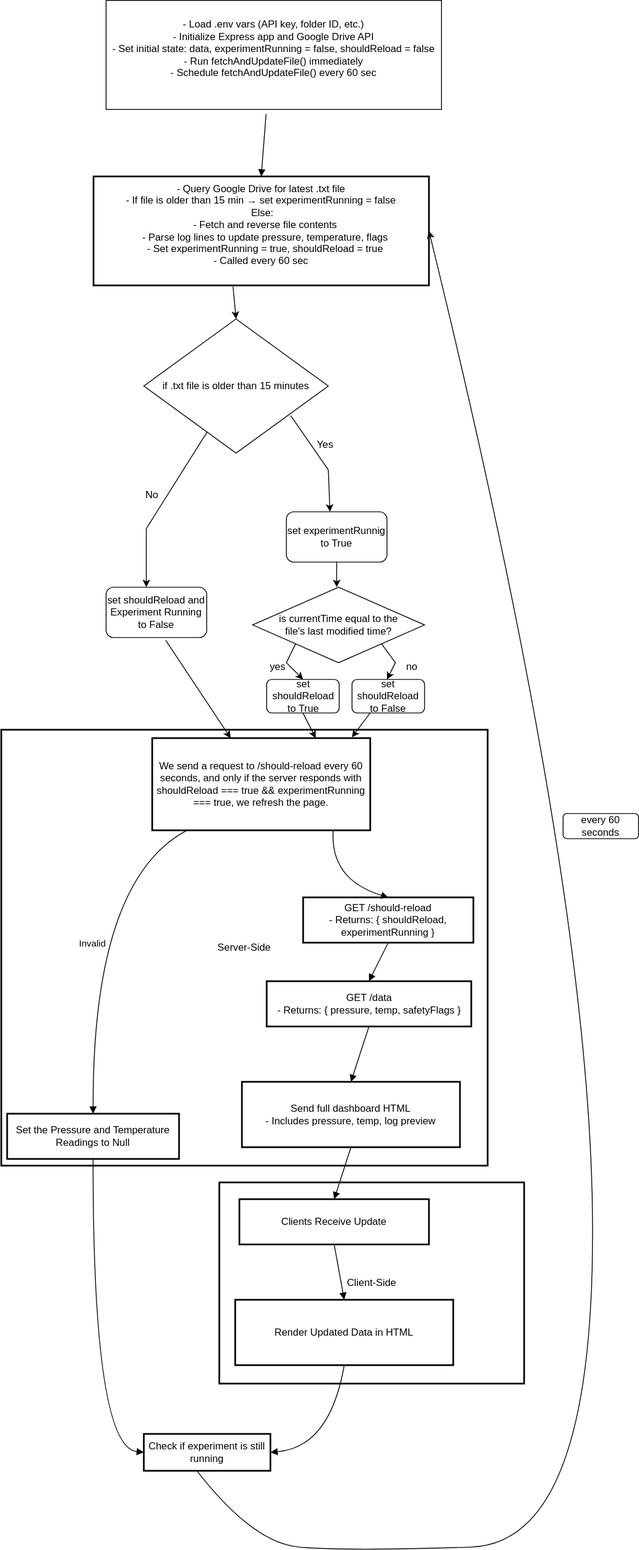
The draw.io diagram webmonitorFlowchart.drawio.svg in uw-loci/EBEAM_webmonitor, before a commit. Source tidied: cells renumbered, new cells last; positions are measured from the earlier drawing's top-left corner, leaving out a move shared by most shapes.
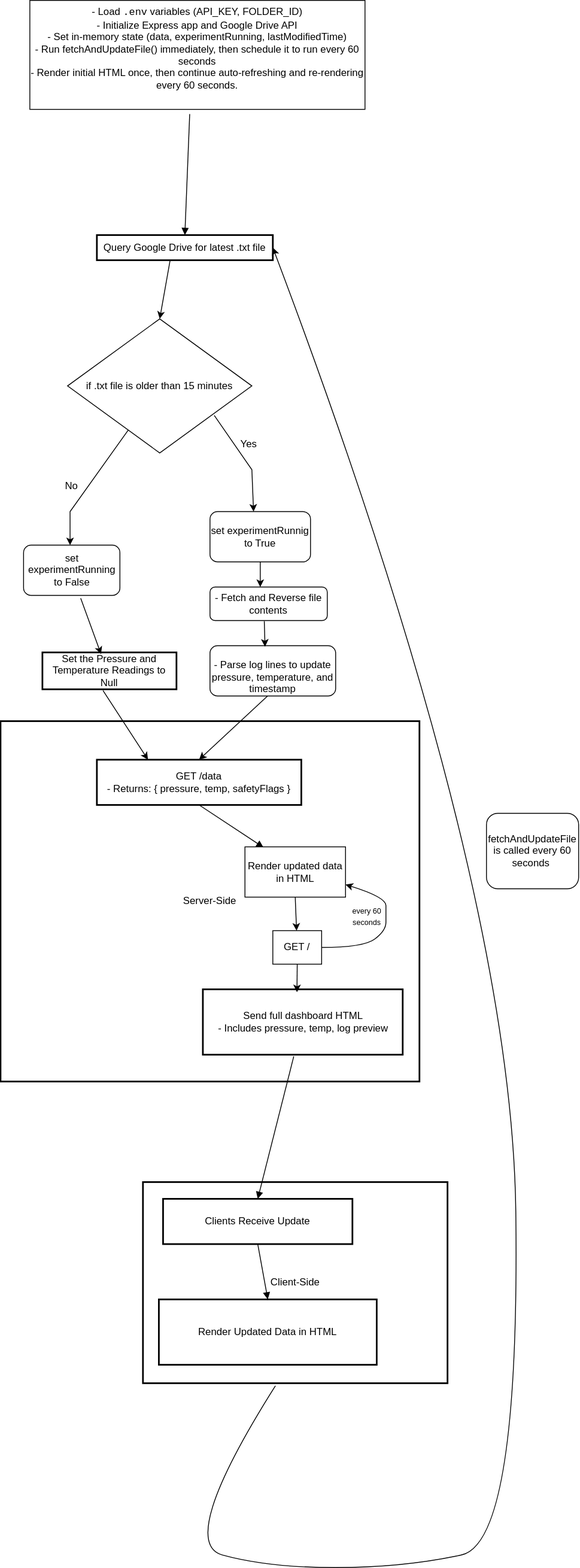
The same diagram one commit later.

Change to the diagram source:
```diff
@@ -3,28 +3,22 @@
     <mxCell id="0" />
     <mxCell id="1" parent="0" />
     <mxCell id="2" value="Server-Side" style="whiteSpace=wrap;strokeWidth=2;" parent="1" vertex="1">
-      <mxGeometry y="870" width="580" height="520" as="geometry" />
+      <mxGeometry x="90" y="860" width="500" height="430" as="geometry" />
     </mxCell>
     <mxCell id="3" value="Client-Side" style="whiteSpace=wrap;strokeWidth=2;" parent="1" vertex="1">
       <mxGeometry x="260" y="1410" width="363.5" height="240" as="geometry" />
     </mxCell>
-    <mxCell id="4" value="- Query Google Drive for latest .txt file&#10;- If file is older than 15 min → set experimentRunning = false&#10; Else:&#10;   - Fetch and reverse file contents&#10;   - Parse log lines to update pressure, temperature, flags&#10;   - Set experimentRunning = true, shouldReload = true&#10;- Called every 60 sec&#10;" style="whiteSpace=wrap;strokeWidth=2;" parent="1" vertex="1">
-      <mxGeometry x="110" y="210" width="400" height="130" as="geometry" />
+    <mxCell id="4" value="Query Google Drive for latest .txt file" style="whiteSpace=wrap;strokeWidth=2;" parent="1" vertex="1">
+      <mxGeometry x="205" y="280" width="210" height="30" as="geometry" />
     </mxCell>
-    <mxCell id="5" value="We send a request to /should-reload every 60 seconds, and only if the server responds with shouldReload === true &amp;&amp; experimentRunning === true, we refresh the page." style="whiteSpace=wrap;strokeWidth=2;" parent="1" vertex="1">
-      <mxGeometry x="180" y="880" width="260" height="110" as="geometry" />
-    </mxCell>
-    <mxCell id="6" value="&#10;GET /should-reload&#10;- Returns: { shouldReload, experimentRunning }&#10;" style="whiteSpace=wrap;strokeWidth=2;" parent="1" vertex="1">
-      <mxGeometry x="360" y="1070" width="203" height="54" as="geometry" />
-    </mxCell>
     <mxCell id="7" value="Set the Pressure and Temperature Readings to Null" style="whiteSpace=wrap;strokeWidth=2;" parent="1" vertex="1">
-      <mxGeometry x="7" y="1328" width="205" height="54" as="geometry" />
+      <mxGeometry x="140" y="778" width="160" height="44" as="geometry" />
     </mxCell>
     <mxCell id="8" value="&#10;GET /data&#10;- Returns: { pressure, temp, safetyFlags }&#10;" style="whiteSpace=wrap;strokeWidth=2;" parent="1" vertex="1">
-      <mxGeometry x="316.5" y="1170" width="244" height="54" as="geometry" />
+      <mxGeometry x="205" y="906" width="244" height="54" as="geometry" />
     </mxCell>
     <mxCell id="9" value="Send full dashboard HTML&#10;- Includes pressure, temp, log preview" style="whiteSpace=wrap;strokeWidth=2;" parent="1" vertex="1">
-      <mxGeometry x="287" y="1290" width="260" height="78" as="geometry" />
+      <mxGeometry x="331.5" y="1180" width="238.5" height="78" as="geometry" />
     </mxCell>
     <mxCell id="10" value="Clients Receive Update" style="whiteSpace=wrap;strokeWidth=2;" parent="1" vertex="1">
       <mxGeometry x="284" y="1430" width="226" height="54" as="geometry" />
@@ -32,53 +26,21 @@
     <mxCell id="11" value="Render Updated Data in HTML" style="whiteSpace=wrap;strokeWidth=2;" parent="1" vertex="1">
       <mxGeometry x="279" y="1550" width="260" height="78" as="geometry" />
     </mxCell>
-    <mxCell id="12" value="Check if experiment is still running" style="whiteSpace=wrap;strokeWidth=2;" parent="1" vertex="1">
-      <mxGeometry x="170" y="1710" width="151" height="44" as="geometry" />
-    </mxCell>
     <mxCell id="13" style="curved=1;startArrow=none;endArrow=block;exitX=0.477;exitY=1.043;entryX=0.5;entryY=0;exitDx=0;exitDy=0;exitPerimeter=0;" parent="1" edge="1" source="22" target="4">
       <mxGeometry relative="1" as="geometry" />
     </mxCell>
-    <mxCell id="14" style="curved=1;startArrow=none;endArrow=block;exitX=0.83;exitY=1;entryX=0.5;entryY=-0.01;" parent="1" edge="1" source="5" target="6">
-      <mxGeometry relative="1" as="geometry">
-        <Array as="points">
-          <mxPoint x="392" y="1049" />
-        </Array>
-      </mxGeometry>
-    </mxCell>
-    <mxCell id="15" value="Invalid" style="curved=1;startArrow=none;endArrow=block;exitX=0.16;exitY=1;entryX=0.5;entryY=0;" parent="1" edge="1" source="5" target="7">
-      <mxGeometry relative="1" as="geometry">
-        <Array as="points">
-          <mxPoint x="109" y="1049" />
-        </Array>
-      </mxGeometry>
-    </mxCell>
-    <mxCell id="16" style="curved=1;startArrow=none;endArrow=block;exitX=0.5;exitY=0.99;entryX=0.5;entryY=0;" parent="1" edge="1" source="6" target="8">
-      <mxGeometry relative="1" as="geometry" />
-    </mxCell>
-    <mxCell id="17" style="curved=1;startArrow=none;endArrow=block;exitX=0.5;exitY=1;entryX=0.5;entryY=0;" parent="1" edge="1" source="8" target="9">
+    <mxCell id="17" style="curved=1;startArrow=none;endArrow=block;exitX=0.5;exitY=1;entryX=0.184;entryY=0.011;entryDx=0;entryDy=0;entryPerimeter=0;" parent="1" edge="1" source="8" target="49">
       <mxGeometry relative="1" as="geometry" />
     </mxCell>
-    <mxCell id="18" style="curved=1;startArrow=none;endArrow=block;exitX=0.5;exitY=1;entryX=0.5;entryY=0;" parent="1" edge="1" source="9" target="10">
-      <mxGeometry relative="1" as="geometry" />
+    <mxCell id="18" style="curved=1;startArrow=none;endArrow=block;entryX=0.5;entryY=0;" parent="1" edge="1" target="10">
+      <mxGeometry relative="1" as="geometry">
+        <mxPoint x="440" y="1260" as="sourcePoint" />
+      </mxGeometry>
     </mxCell>
     <mxCell id="19" style="curved=1;startArrow=none;endArrow=block;exitX=0.5;exitY=1;entryX=0.5;entryY=0;" parent="1" edge="1" source="10" target="11">
       <mxGeometry relative="1" as="geometry" />
     </mxCell>
-    <mxCell id="20" style="curved=1;startArrow=none;endArrow=block;exitX=0.5;exitY=1;entryX=0;entryY=0.5;entryDx=0;entryDy=0;" parent="1" edge="1" source="7" target="12">
-      <mxGeometry relative="1" as="geometry">
-        <Array as="points">
-          <mxPoint x="109" y="1726" />
-        </Array>
-      </mxGeometry>
-    </mxCell>
-    <mxCell id="21" style="curved=1;startArrow=none;endArrow=block;exitX=0.5;exitY=1;entryX=1;entryY=0.5;entryDx=0;entryDy=0;" parent="1" edge="1" source="11" target="12">
-      <mxGeometry relative="1" as="geometry">
-        <Array as="points">
-          <mxPoint x="392" y="1726" />
-        </Array>
-      </mxGeometry>
-    </mxCell>
-    <mxCell id="22" value="&lt;div&gt;- Load .env vars (API key, folder ID, etc.)&lt;/div&gt;&lt;div&gt;- Initialize Express app and Google Drive API&lt;/div&gt;&lt;div&gt;- Set initial state: data, experimentRunning = false, shouldReload = false&lt;/div&gt;&lt;div&gt;- Run fetchAndUpdateFile() immediately&lt;/div&gt;&lt;div&gt;- Schedule fetchAndUpdateFile() every 60 sec&lt;/div&gt;&lt;div&gt;&lt;br&gt;&lt;/div&gt;" style="rounded=0;whiteSpace=wrap;html=1;" parent="1" vertex="1">
+    <mxCell id="22" value="&lt;div&gt;-&amp;nbsp;&lt;span style=&quot;background-color: transparent; color: light-dark(rgb(0, 0, 0), rgb(255, 255, 255));&quot;&gt;Load &lt;/span&gt;&lt;code style=&quot;background-color: transparent; color: light-dark(rgb(0, 0, 0), rgb(255, 255, 255));&quot;&gt;.env&lt;/code&gt;&lt;span style=&quot;background-color: transparent; color: light-dark(rgb(0, 0, 0), rgb(255, 255, 255));&quot;&gt; variables (API_KEY, FOLDER_ID)&lt;/span&gt;&lt;/div&gt;&lt;div&gt;- Initialize Express app and Google Drive API&lt;/div&gt;&lt;div&gt;- Set in-memory state (data, experimentRunning, lastModifiedTime)&lt;/div&gt;&lt;div&gt;- Run fetchAndUpdateFile() immediately, then schedule it to run every 60 seconds&lt;/div&gt;&lt;div&gt;-&amp;nbsp;&lt;span style=&quot;background-color: transparent; color: light-dark(rgb(0, 0, 0), rgb(255, 255, 255));&quot;&gt;Render initial HTML once&lt;/span&gt;&lt;span style=&quot;background-color: transparent; color: light-dark(rgb(0, 0, 0), rgb(255, 255, 255));&quot;&gt;, then continue &lt;/span&gt;&lt;span style=&quot;background-color: transparent; color: light-dark(rgb(0, 0, 0), rgb(255, 255, 255));&quot;&gt;auto-refreshing and re-rendering&lt;/span&gt;&lt;span style=&quot;background-color: transparent; color: light-dark(rgb(0, 0, 0), rgb(255, 255, 255));&quot;&gt; every 60 seconds.&lt;/span&gt;&lt;/div&gt;&lt;div&gt;&lt;br&gt;&lt;/div&gt;" style="rounded=0;whiteSpace=wrap;html=1;" parent="1" vertex="1">
       <mxGeometry x="125" width="400" height="130" as="geometry" />
     </mxCell>
     <mxCell id="23" value="if .txt file is older than 15 minutes" style="rhombus;whiteSpace=wrap;html=1;" parent="1" vertex="1">
@@ -86,9 +48,9 @@
     </mxCell>
     <mxCell id="24" style="endArrow=classic;html=1;rounded=0;" parent="1" edge="1" source="23">
       <mxGeometry relative="1" as="geometry">
-        <mxPoint x="173" y="700" as="targetPoint" />
+        <mxPoint x="173" y="650" as="targetPoint" />
         <Array as="points">
-          <mxPoint x="173" y="630" />
+          <mxPoint x="173" y="610" />
         </Array>
       </mxGeometry>
     </mxCell>
@@ -100,76 +62,85 @@
         </Array>
       </mxGeometry>
     </mxCell>
-    <mxCell id="26" value="set shouldReload and Experiment Running to False" style="rounded=1;whiteSpace=wrap;html=1;" parent="1" vertex="1">
-      <mxGeometry x="125" y="700" width="120" height="60" as="geometry" />
+    <mxCell id="26" value="set experimentRunning to False" style="rounded=1;whiteSpace=wrap;html=1;" parent="1" vertex="1">
+      <mxGeometry x="117.5" y="650" width="115" height="60" as="geometry" />
     </mxCell>
     <mxCell id="27" value="set experimentRunnig to True" style="rounded=1;whiteSpace=wrap;html=1;" parent="1" vertex="1">
       <mxGeometry x="340" y="610" width="120" height="60" as="geometry" />
     </mxCell>
-    <mxCell id="28" style="endArrow=classic;html=1;rounded=0;exitX=0.593;exitY=1.056;exitDx=0;exitDy=0;exitPerimeter=0;" parent="1" edge="1" source="26" target="5">
-      <mxGeometry relative="1" as="geometry" />
+    <mxCell id="28" style="endArrow=classic;html=1;rounded=0;exitX=0.593;exitY=1.056;exitDx=0;exitDy=0;exitPerimeter=0;" parent="1" edge="1" source="26">
+      <mxGeometry relative="1" as="geometry">
+        <mxPoint x="210" y="780" as="targetPoint" />
+      </mxGeometry>
     </mxCell>
     <mxCell id="29" value="Yes" style="text;html=1;align=center;verticalAlign=middle;whiteSpace=wrap;rounded=0;" parent="1" vertex="1">
       <mxGeometry x="331.5" y="500" width="108.5" height="60" as="geometry" />
     </mxCell>
     <mxCell id="30" value="No" style="text;html=1;align=center;verticalAlign=middle;whiteSpace=wrap;rounded=0;" parent="1" vertex="1">
-      <mxGeometry x="110" y="560" width="140" height="60" as="geometry" />
+      <mxGeometry x="105" y="550" width="140" height="60" as="geometry" />
     </mxCell>
     <mxCell id="31" style="endArrow=classic;html=1;rounded=0;entryX=0.5;entryY=0;entryDx=0;entryDy=0;exitX=0.416;exitY=1.012;exitDx=0;exitDy=0;exitPerimeter=0;" parent="1" edge="1" source="4" target="23">
       <mxGeometry relative="1" as="geometry" />
     </mxCell>
-    <mxCell id="32" value="is currentTime equal to the&lt;div&gt;file's last modified time?&lt;/div&gt;" style="rhombus;whiteSpace=wrap;html=1;" parent="1" vertex="1">
-      <mxGeometry x="299.8" y="700" width="205" height="90" as="geometry" />
-    </mxCell>
-    <mxCell id="33" style="endArrow=classic;html=1;rounded=0;exitX=0;exitY=1;exitDx=0;exitDy=0;entryX=1;entryY=1;entryDx=0;entryDy=0;" parent="1" edge="1" source="32" target="36">
-      <mxGeometry relative="1" as="geometry">
-        <Array as="points">
-          <mxPoint x="340" y="790" />
-        </Array>
-      </mxGeometry>
-    </mxCell>
-    <mxCell id="34" style="endArrow=classic;html=1;rounded=0;exitX=1;exitY=1;exitDx=0;exitDy=0;entryX=0;entryY=1;entryDx=0;entryDy=0;" parent="1" edge="1" source="32" target="37">
-      <mxGeometry relative="1" as="geometry">
-        <Array as="points">
-          <mxPoint x="470" y="790" />
-        </Array>
-      </mxGeometry>
-    </mxCell>
     <mxCell id="35" style="endArrow=classic;html=1;rounded=0;exitX=0.5;exitY=1;exitDx=0;exitDy=0;" parent="1" edge="1" source="27">
       <mxGeometry relative="1" as="geometry">
         <mxPoint x="400" y="700" as="targetPoint" />
       </mxGeometry>
     </mxCell>
-    <mxCell id="36" value="yes" style="text;html=1;align=center;verticalAlign=middle;whiteSpace=wrap;rounded=0;" parent="1" vertex="1">
-      <mxGeometry x="300" y="780" width="60" height="30" as="geometry" />
-    </mxCell>
-    <mxCell id="37" value="no" style="text;html=1;align=center;verticalAlign=middle;whiteSpace=wrap;rounded=0;" parent="1" vertex="1">
-      <mxGeometry x="460" y="780" width="60" height="30" as="geometry" />
-    </mxCell>
-    <mxCell id="38" value="set shouldReload to True" style="rounded=1;whiteSpace=wrap;html=1;" parent="1" vertex="1">
-      <mxGeometry x="316.5" y="810" width="86.5" height="40" as="geometry" />
-    </mxCell>
-    <mxCell id="39" value="set shouldReload to False" style="rounded=1;whiteSpace=wrap;html=1;" parent="1" vertex="1">
-      <mxGeometry x="418.2" y="810" width="86.5" height="40" as="geometry" />
-    </mxCell>
-    <mxCell id="40" style="endArrow=classic;html=1;rounded=0;exitX=0.5;exitY=1;exitDx=0;exitDy=0;entryX=0.75;entryY=0;entryDx=0;entryDy=0;" parent="1" edge="1" source="38" target="5">
-      <mxGeometry relative="1" as="geometry" />
-    </mxCell>
-    <mxCell id="41" style="endArrow=classic;html=1;rounded=0;entryX=0.916;entryY=-0.009;entryDx=0;entryDy=0;entryPerimeter=0;exitX=0.25;exitY=1;exitDx=0;exitDy=0;" parent="1" edge="1" source="39" target="5">
-      <mxGeometry relative="1" as="geometry" />
-    </mxCell>
-    <mxCell id="42" style="curved=1;endArrow=classic;html=1;rounded=0;exitX=0.419;exitY=0.999;exitDx=0;exitDy=0;exitPerimeter=0;entryX=1;entryY=0.5;entryDx=0;entryDy=0;" parent="1" edge="1" source="12" target="4">
+    <mxCell id="42" style="curved=1;endArrow=classic;html=1;rounded=0;exitX=0.435;exitY=1.013;exitDx=0;exitDy=0;exitPerimeter=0;entryX=1;entryY=0.5;entryDx=0;entryDy=0;" parent="1" edge="1" source="3" target="4">
       <mxGeometry relative="1" as="geometry">
         <Array as="points">
           <mxPoint x="300" y="1840" />
-          <mxPoint x="410" y="1850" />
+          <mxPoint x="410" y="1870" />
+          <mxPoint x="570" y="1870" />
           <mxPoint x="710" y="1840" />
           <mxPoint x="700" y="1050" />
         </Array>
       </mxGeometry>
     </mxCell>
-    <mxCell id="43" value="every 60 seconds" style="rounded=1;whiteSpace=wrap;html=1;" parent="1" vertex="1">
-      <mxGeometry x="670" y="970" width="90" height="30" as="geometry" />
+    <mxCell id="43" value="fetchAndUpdateFile is called every 60 seconds&amp;nbsp;" style="rounded=1;whiteSpace=wrap;html=1;" parent="1" vertex="1">
+      <mxGeometry x="670" y="970" width="110" height="90" as="geometry" />
     </mxCell>
+    <mxCell id="44" value="- Fetch and Reverse file contents" style="rounded=1;whiteSpace=wrap;html=1;" parent="1" vertex="1">
+      <mxGeometry x="340" y="700" width="140" height="40" as="geometry" />
+    </mxCell>
+    <mxCell id="45" style="endArrow=classic;html=1;rounded=0;exitX=0.457;exitY=1.003;exitDx=0;exitDy=0;exitPerimeter=0;entryX=0.5;entryY=0;entryDx=0;entryDy=0;" parent="1" edge="1" source="46" target="8">
+      <mxGeometry relative="1" as="geometry" />
+    </mxCell>
+    <mxCell id="46" value="&lt;br class=&quot;Apple-interchange-newline&quot;&gt;- Parse log lines to update pressure, temperature, and timestamp" style="rounded=1;whiteSpace=wrap;html=1;" parent="1" vertex="1">
+      <mxGeometry x="340" y="770" width="150" height="60" as="geometry" />
+    </mxCell>
+    <mxCell id="47" style="endArrow=classic;html=1;rounded=0;exitX=0.463;exitY=1.017;exitDx=0;exitDy=0;exitPerimeter=0;entryX=0.438;entryY=0.019;entryDx=0;entryDy=0;entryPerimeter=0;" parent="1" edge="1" source="44" target="46">
+      <mxGeometry relative="1" as="geometry" />
+    </mxCell>
+    <mxCell id="48" style="endArrow=classic;html=1;rounded=0;exitX=0.452;exitY=1.032;exitDx=0;exitDy=0;exitPerimeter=0;entryX=0.25;entryY=0;entryDx=0;entryDy=0;" parent="1" edge="1" source="7" target="8">
+      <mxGeometry relative="1" as="geometry" />
+    </mxCell>
+    <mxCell id="49" value="Render updated data in HTML" style="rounded=0;whiteSpace=wrap;html=1;" parent="1" vertex="1">
+      <mxGeometry x="381.8" y="1010" width="120" height="60" as="geometry" />
+    </mxCell>
+    <mxCell id="50" style="endArrow=classic;html=1;rounded=0;exitX=0.5;exitY=1;exitDx=0;exitDy=0;" parent="1" edge="1" source="49" target="51">
+      <mxGeometry relative="1" as="geometry" />
+    </mxCell>
+    <mxCell id="51" value="GET /" style="rounded=0;whiteSpace=wrap;html=1;" parent="1" vertex="1">
+      <mxGeometry x="415" y="1110" width="58.2" height="40" as="geometry" />
+    </mxCell>
+    <mxCell id="52" style="endArrow=classic;html=1;rounded=0;exitX=0.5;exitY=1;exitDx=0;exitDy=0;entryX=0.471;entryY=0.044;entryDx=0;entryDy=0;entryPerimeter=0;" parent="1" edge="1" source="51" target="9">
+      <mxGeometry relative="1" as="geometry" />
+    </mxCell>
+    <mxCell id="53" style="curved=1;endArrow=classic;html=1;rounded=0;entryX=1;entryY=0.75;entryDx=0;entryDy=0;" parent="1" edge="1" target="49">
+      <mxGeometry relative="1" as="geometry">
+        <mxPoint x="473.2" y="1130" as="sourcePoint" />
+        <Array as="points">
+          <mxPoint x="523.2" y="1130" />
+          <mxPoint x="550" y="1110" />
+          <mxPoint x="550" y="1090" />
+          <mxPoint x="550" y="1070" />
+        </Array>
+      </mxGeometry>
+    </mxCell>
+    <mxCell id="54" value="&lt;font style=&quot;font-size: 9px;&quot;&gt;every 60 seconds&lt;/font&gt;&lt;div&gt;&lt;br&gt;&lt;/div&gt;" style="text;html=1;align=center;verticalAlign=middle;whiteSpace=wrap;rounded=0;strokeWidth=0;" parent="1" vertex="1">
+      <mxGeometry x="501.8" y="1090" width="51" height="20" as="geometry" />
+    </mxCell>
   </root>
 </mxGraphModel>
```
